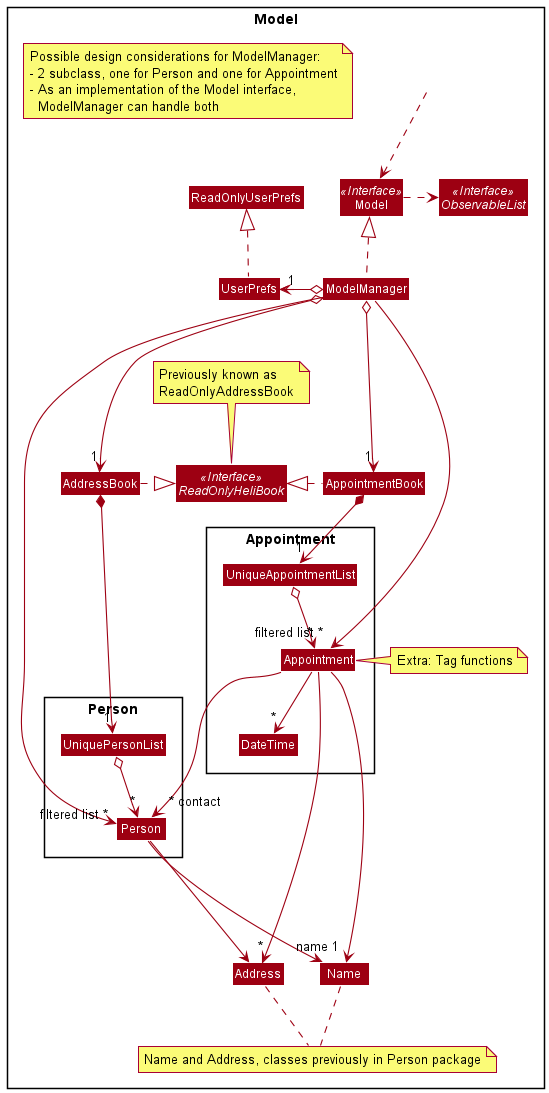
This is docs/images/AppointmentWithModelClassDiagram.png from nus-cs2103-AY2021S2/tp, a PlantUML export, as it was before one commit.
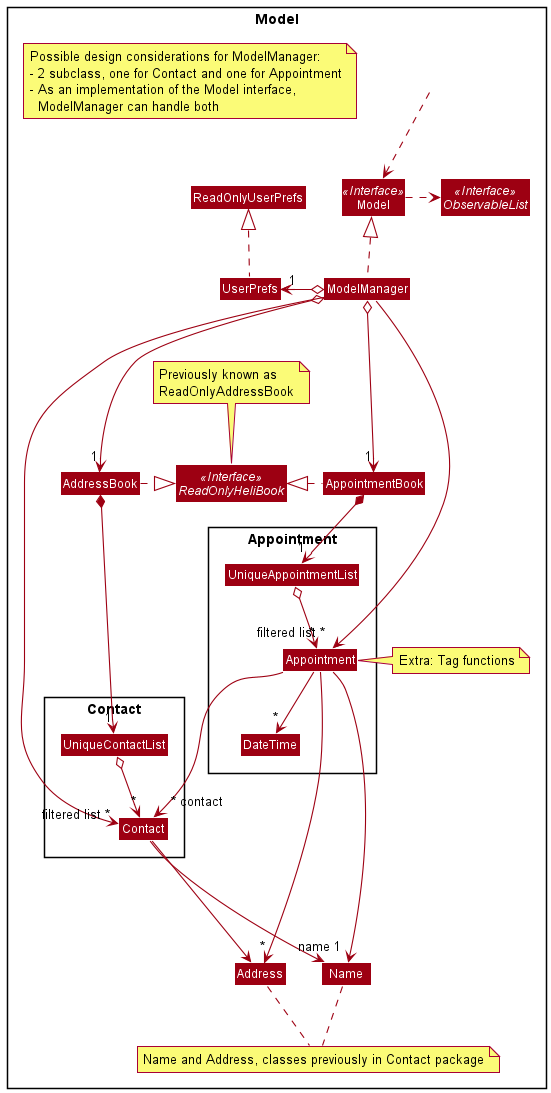
The same diagram one commit later.

Change to the diagram source:
```diff
@@ -15,14 +15,14 @@
 Class UserPrefs
 Class ReadOnlyUserPrefs
 
-Package Person {
-Class Person
-Class UniquePersonList
+Package Contact {
+Class Contact
+Class UniqueContactList
 }
 
 Class Address
 Class Name
-note "Name and Address, classes previously in Person package" as N1
+note "Name and Address, classes previously in Contact package" as N1
 Name .. N1
 Address .. N1
 
@@ -41,13 +41,13 @@
 ModelManager o-left-> "1" UserPrefs
 UserPrefs .up.|> ReadOnlyUserPrefs
 
-AddressBook *--> "1" UniquePersonList
-UniquePersonList o--> "*" Person
+AddressBook *--> "1" UniqueContactList
+UniqueContactList o--> "*" Contact
 
-Person ---> Name
-Person ---> Address
+Contact ---> Name
+Contact ---> Address
 
-ModelManager --->"filtered list ~*" Person
+ModelManager --->"filtered list ~*" Contact
 
 ModelManager o---> "1" AppointmentBook
 
@@ -65,11 +65,11 @@
 Appointment --> "*" DateTime
 
 ModelManager -->"filtered list *" Appointment
-note "Possible design considerations for ModelManager:\n- 2 subclass, one for Person and one for Appointment\n- As an implementation of the Model interface,\n  ModelManager can handle both" as N3
+note "Possible design considerations for ModelManager:\n- 2 subclass, one for Contact and one for Appointment\n- As an implementation of the Model interface,\n  ModelManager can handle both" as N3
 
 note "Extra: Tag functions" as N4
 N4 .left. Appointment
 
-Appointment ---> "~* contact" Person
+Appointment ---> "~* contact" Contact
 
 @enduml
```
